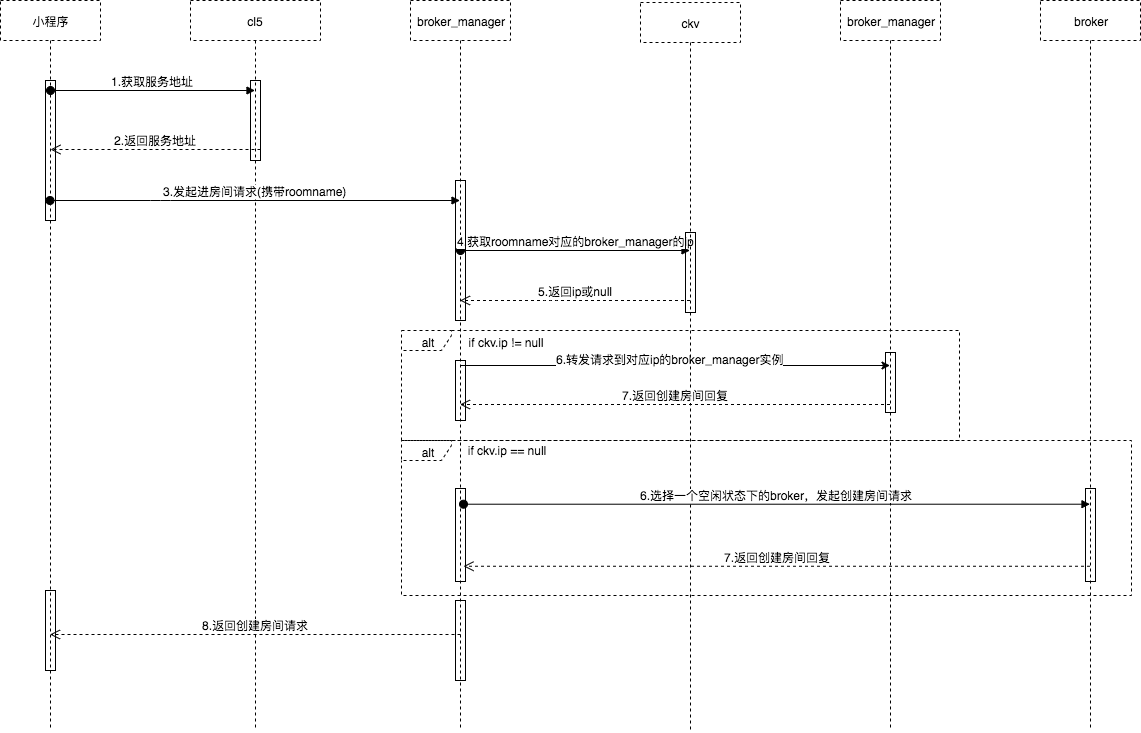
The draw.io diagram 信令uml时序图.png in HDX180/hello_world, before a commit. Source tidied: cells renumbered, new cells last; positions are measured from the earlier drawing's top-left corner, leaving out a move shared by most shapes. Its diagram source:
```xml
<mxGraphModel>
  <root>
    <mxCell id="0" />
    <mxCell id="1" parent="0" />
    <mxCell id="2" value="小程序" style="shape=umlLifeline;perimeter=lifelinePerimeter;whiteSpace=wrap;html=1;outlineConnect=0;dashed=1;fillColor=none;" parent="1" vertex="1">
      <mxGeometry width="100" height="730" as="geometry" />
    </mxCell>
    <mxCell id="3" style="html=1;perimeter=orthogonalPerimeter;fillColor=none;" parent="2" vertex="1">
      <mxGeometry x="45" y="80" width="10" height="140" as="geometry" />
    </mxCell>
    <mxCell id="4" style="html=1;perimeter=orthogonalPerimeter;fillColor=none;" parent="2" vertex="1">
      <mxGeometry x="45" y="590" width="10" height="80" as="geometry" />
    </mxCell>
    <mxCell id="5" style="edgeStyle=orthogonalEdgeStyle;rounded=0;jettySize=auto;html=1;" parent="1" edge="1" source="7" target="19">
      <mxGeometry relative="1" as="geometry" />
    </mxCell>
    <mxCell id="6" value="6.转发请求到对应ip的broker_manager实例" style="text;html=1;align=center;verticalAlign=bottom;labelBackgroundColor=#ffffff;" parent="5" vertex="1">
      <mxGeometry x="-0.03" y="-2" relative="1" as="geometry" />
    </mxCell>
    <mxCell id="7" value="broker_manager" style="shape=umlLifeline;perimeter=lifelinePerimeter;whiteSpace=wrap;html=1;outlineConnect=0;dashed=1;fillColor=none;" parent="1" vertex="1">
      <mxGeometry x="410" width="100" height="730" as="geometry" />
    </mxCell>
    <mxCell id="8" value="4.获取roomname对应的broker_manager的ip" style="html=1;verticalAlign=bottom;startArrow=oval;startFill=1;endArrow=block;startSize=8;" parent="7" edge="1" target="11">
      <mxGeometry relative="1" as="geometry">
        <mxPoint x="50" y="250" as="sourcePoint" />
      </mxGeometry>
    </mxCell>
    <mxCell id="9" style="html=1;perimeter=orthogonalPerimeter;fillColor=none;" parent="7" vertex="1">
      <mxGeometry x="45" y="180" width="10" height="140" as="geometry" />
    </mxCell>
    <mxCell id="10" style="html=1;perimeter=orthogonalPerimeter;fillColor=none;" parent="7" vertex="1">
      <mxGeometry x="45" y="600" width="10" height="80" as="geometry" />
    </mxCell>
    <mxCell id="11" value="ckv" style="shape=umlLifeline;perimeter=lifelinePerimeter;whiteSpace=wrap;html=1;outlineConnect=0;dashed=1;fillColor=none;" parent="1" vertex="1">
      <mxGeometry x="640" y="2" width="100" height="730" as="geometry" />
    </mxCell>
    <mxCell id="12" style="html=1;perimeter=orthogonalPerimeter;fillColor=none;" parent="11" vertex="1">
      <mxGeometry x="45" y="230" width="10" height="80" as="geometry" />
    </mxCell>
    <mxCell id="13" value="cl5" style="shape=umlLifeline;perimeter=lifelinePerimeter;whiteSpace=wrap;html=1;outlineConnect=0;dashed=1;fillColor=none;" parent="1" vertex="1">
      <mxGeometry x="190" width="130" height="730" as="geometry" />
    </mxCell>
    <mxCell id="14" style="html=1;perimeter=orthogonalPerimeter;fillColor=none;" parent="13" vertex="1">
      <mxGeometry x="60" y="80" width="10" height="80" as="geometry" />
    </mxCell>
    <mxCell id="15" value="1.获取服务地址" style="html=1;verticalAlign=bottom;startArrow=oval;startFill=1;endArrow=block;startSize=8;" parent="1" edge="1" target="13">
      <mxGeometry relative="1" as="geometry">
        <mxPoint x="50" y="90" as="sourcePoint" />
      </mxGeometry>
    </mxCell>
    <mxCell id="16" value="2.返回服务地址" style="html=1;verticalAlign=bottom;endArrow=open;dashed=1;endSize=8;" parent="1" edge="1">
      <mxGeometry relative="1" as="geometry">
        <mxPoint x="260" y="149" as="sourcePoint" />
        <mxPoint x="50" y="149" as="targetPoint" />
      </mxGeometry>
    </mxCell>
    <mxCell id="17" value="3.发起进房间请求(携带roomname)" style="html=1;verticalAlign=bottom;startArrow=oval;startFill=1;endArrow=block;startSize=8;" parent="1" edge="1" source="2" target="7">
      <mxGeometry relative="1" as="geometry">
        <Array as="points">
          <mxPoint x="160" y="200" />
        </Array>
      </mxGeometry>
    </mxCell>
    <mxCell id="18" value="5.返回ip或null" style="html=1;verticalAlign=bottom;endArrow=open;dashed=1;endSize=8;" parent="1" edge="1" source="11" target="7">
      <mxGeometry relative="1" as="geometry">
        <Array as="points">
          <mxPoint x="550" y="300" />
        </Array>
      </mxGeometry>
    </mxCell>
    <mxCell id="19" value="broker_manager" style="shape=umlLifeline;perimeter=lifelinePerimeter;whiteSpace=wrap;html=1;outlineConnect=0;dashed=1;fillColor=none;" parent="1" vertex="1">
      <mxGeometry x="840" width="100" height="730" as="geometry" />
    </mxCell>
    <mxCell id="20" value="broker" style="shape=umlLifeline;perimeter=lifelinePerimeter;whiteSpace=wrap;html=1;outlineConnect=0;dashed=1;fillColor=none;" parent="1" vertex="1">
      <mxGeometry x="1040" width="100" height="730" as="geometry" />
    </mxCell>
    <mxCell id="21" value="alt" style="shape=umlFrame;whiteSpace=wrap;html=1;dashed=1;fillColor=none;verticalAlign=bottom;width=50;height=20;" parent="1" vertex="1">
      <mxGeometry x="401" y="330" width="558" height="110" as="geometry" />
    </mxCell>
    <mxCell id="22" value="if ckv.ip != null" style="text;html=1;strokeColor=none;fillColor=none;align=center;verticalAlign=middle;whiteSpace=wrap;rounded=0;dashed=1;" parent="1" vertex="1">
      <mxGeometry x="450" y="332" width="110" height="20" as="geometry" />
    </mxCell>
    <mxCell id="23" value="7.返回创建房间回复" style="html=1;verticalAlign=bottom;endArrow=open;dashed=1;endSize=8;" parent="1" edge="1">
      <mxGeometry relative="1" as="geometry">
        <mxPoint x="889.5" y="404" as="sourcePoint" />
        <mxPoint x="459.5" y="404" as="targetPoint" />
      </mxGeometry>
    </mxCell>
    <mxCell id="24" value="if ckv.ip == null" style="text;html=1;strokeColor=none;fillColor=none;align=center;verticalAlign=middle;whiteSpace=wrap;rounded=0;dashed=1;" parent="1" vertex="1">
      <mxGeometry x="451" y="440" width="110" height="20" as="geometry" />
    </mxCell>
    <mxCell id="25" value="7.返回创建房间回复" style="html=1;verticalAlign=bottom;endArrow=open;dashed=1;endSize=8;entryX=0.53;entryY=0.775;entryDx=0;entryDy=0;entryPerimeter=0;" parent="1" edge="1" source="20" target="7">
      <mxGeometry relative="1" as="geometry" />
    </mxCell>
    <mxCell id="26" value="alt" style="shape=umlFrame;whiteSpace=wrap;html=1;dashed=1;fillColor=none;verticalAlign=bottom;width=50;height=20;" parent="1" vertex="1">
      <mxGeometry x="401" y="440" width="730" height="155" as="geometry" />
    </mxCell>
    <mxCell id="27" value="6.选择一个空闲状态下的broker，发起创建房间请求" style="html=1;verticalAlign=bottom;startArrow=oval;startFill=1;endArrow=block;startSize=8;exitX=0.53;exitY=0.727;exitDx=0;exitDy=0;exitPerimeter=0;" parent="1" edge="1">
      <mxGeometry relative="1" as="geometry">
        <mxPoint x="463" y="503.7" as="sourcePoint" />
        <mxPoint x="1089.5" y="503.7" as="targetPoint" />
      </mxGeometry>
    </mxCell>
    <mxCell id="28" value="8.返回创建房间请求" style="html=1;verticalAlign=bottom;endArrow=open;dashed=1;endSize=8;" parent="1" edge="1">
      <mxGeometry relative="1" as="geometry">
        <mxPoint x="460" y="634" as="sourcePoint" />
        <mxPoint x="49.5" y="634" as="targetPoint" />
      </mxGeometry>
    </mxCell>
    <mxCell id="29" style="html=1;points=[];perimeter=orthogonalPerimeter;fillColor=none;" parent="1" vertex="1">
      <mxGeometry x="455" y="360" width="10" height="60" as="geometry" />
    </mxCell>
    <mxCell id="30" style="html=1;perimeter=orthogonalPerimeter;fillColor=none;" parent="1" vertex="1">
      <mxGeometry x="885" y="352" width="10" height="60" as="geometry" />
    </mxCell>
    <mxCell id="31" style="html=1;perimeter=orthogonalPerimeter;fillColor=none;" parent="1" vertex="1">
      <mxGeometry x="455" y="488" width="10" height="93" as="geometry" />
    </mxCell>
    <mxCell id="32" style="html=1;points=[];perimeter=orthogonalPerimeter;fillColor=none;" parent="1" vertex="1">
      <mxGeometry x="1085" y="488" width="10" height="93" as="geometry" />
    </mxCell>
  </root>
</mxGraphModel>
```
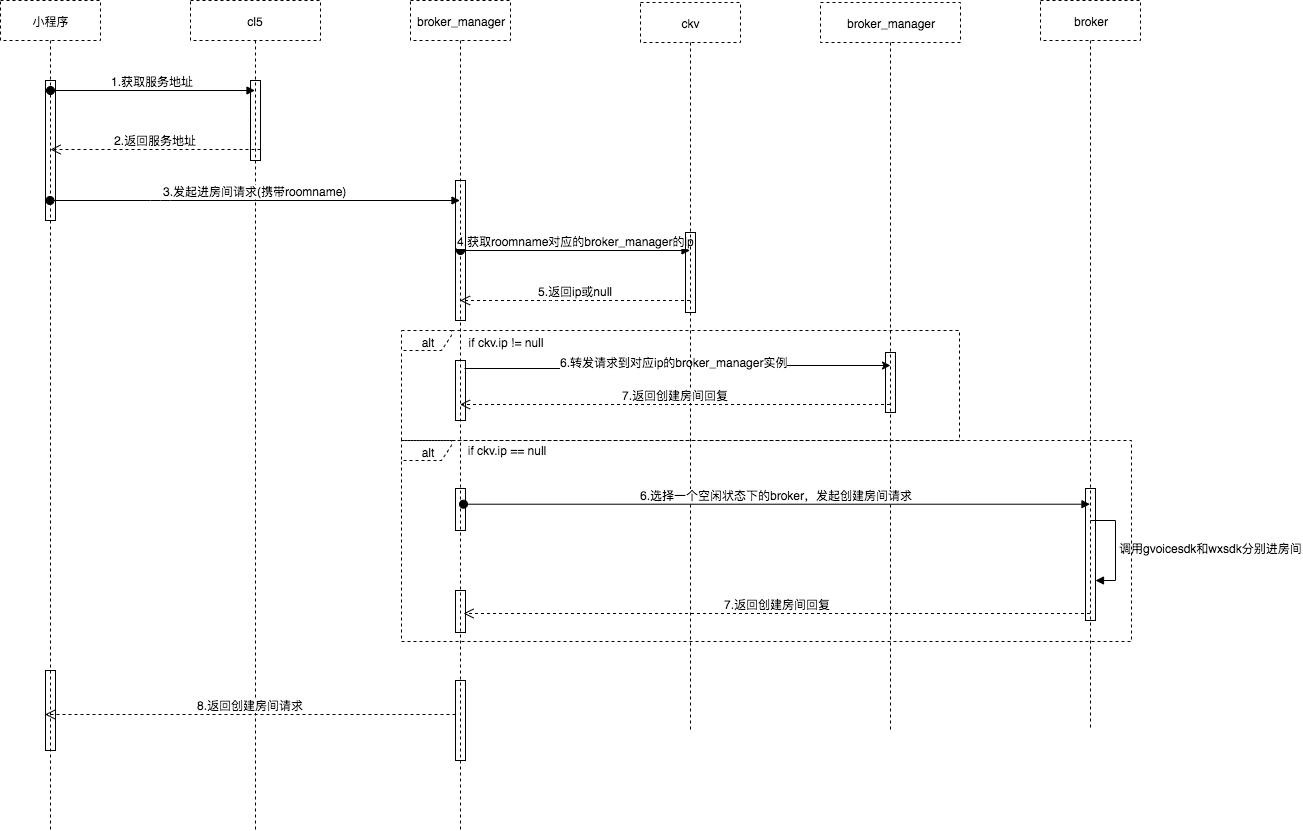
Later version of the same file.

Commit message:
Added 信令uml时序图.png

Diff of the diagram source:
```diff
@@ -3,22 +3,24 @@
     <mxCell id="0" />
     <mxCell id="1" parent="0" />
     <mxCell id="2" value="小程序" style="shape=umlLifeline;perimeter=lifelinePerimeter;whiteSpace=wrap;html=1;outlineConnect=0;dashed=1;fillColor=none;" parent="1" vertex="1">
-      <mxGeometry width="100" height="730" as="geometry" />
+      <mxGeometry width="100" height="830" as="geometry" />
     </mxCell>
     <mxCell id="3" style="html=1;perimeter=orthogonalPerimeter;fillColor=none;" parent="2" vertex="1">
       <mxGeometry x="45" y="80" width="10" height="140" as="geometry" />
     </mxCell>
     <mxCell id="4" style="html=1;perimeter=orthogonalPerimeter;fillColor=none;" parent="2" vertex="1">
-      <mxGeometry x="45" y="590" width="10" height="80" as="geometry" />
+      <mxGeometry x="45" y="670" width="10" height="80" as="geometry" />
     </mxCell>
-    <mxCell id="5" style="edgeStyle=orthogonalEdgeStyle;rounded=0;jettySize=auto;html=1;" parent="1" edge="1" source="7" target="19">
-      <mxGeometry relative="1" as="geometry" />
+    <mxCell id="5" style="edgeStyle=orthogonalEdgeStyle;rounded=0;jettySize=auto;html=1;exitX=0.9;exitY=0.133;exitDx=0;exitDy=0;exitPerimeter=0;" parent="1" edge="1" source="29">
+      <mxGeometry relative="1" as="geometry">
+        <mxPoint x="890" y="365" as="targetPoint" />
+      </mxGeometry>
     </mxCell>
     <mxCell id="6" value="6.转发请求到对应ip的broker_manager实例" style="text;html=1;align=center;verticalAlign=bottom;labelBackgroundColor=#ffffff;" parent="5" vertex="1">
       <mxGeometry x="-0.03" y="-2" relative="1" as="geometry" />
     </mxCell>
     <mxCell id="7" value="broker_manager" style="shape=umlLifeline;perimeter=lifelinePerimeter;whiteSpace=wrap;html=1;outlineConnect=0;dashed=1;fillColor=none;" parent="1" vertex="1">
-      <mxGeometry x="410" width="100" height="730" as="geometry" />
+      <mxGeometry x="410" width="100" height="830" as="geometry" />
     </mxCell>
     <mxCell id="8" value="4.获取roomname对应的broker_manager的ip" style="html=1;verticalAlign=bottom;startArrow=oval;startFill=1;endArrow=block;startSize=8;" parent="7" edge="1" target="11">
       <mxGeometry relative="1" as="geometry">
@@ -29,8 +31,17 @@
       <mxGeometry x="45" y="180" width="10" height="140" as="geometry" />
     </mxCell>
     <mxCell id="10" style="html=1;perimeter=orthogonalPerimeter;fillColor=none;" parent="7" vertex="1">
-      <mxGeometry x="45" y="600" width="10" height="80" as="geometry" />
+      <mxGeometry x="45" y="680" width="10" height="80" as="geometry" />
     </mxCell>
+    <mxCell id="25" value="7.返回创建房间回复" style="html=1;verticalAlign=bottom;endArrow=open;dashed=1;endSize=8;entryX=0.53;entryY=0.775;entryDx=0;entryDy=0;entryPerimeter=0;" parent="7" edge="1">
+      <mxGeometry relative="1" as="geometry">
+        <mxPoint x="679.5" y="613" as="sourcePoint" />
+        <mxPoint x="53" y="613" as="targetPoint" />
+      </mxGeometry>
+    </mxCell>
+    <mxCell id="33" style="html=1;perimeter=orthogonalPerimeter;fillColor=none;" parent="7" vertex="1">
+      <mxGeometry x="45" y="590" width="10" height="42" as="geometry" />
+    </mxCell>
     <mxCell id="11" value="ckv" style="shape=umlLifeline;perimeter=lifelinePerimeter;whiteSpace=wrap;html=1;outlineConnect=0;dashed=1;fillColor=none;" parent="1" vertex="1">
       <mxGeometry x="640" y="2" width="100" height="730" as="geometry" />
     </mxCell>
@@ -38,7 +49,7 @@
       <mxGeometry x="45" y="230" width="10" height="80" as="geometry" />
     </mxCell>
     <mxCell id="13" value="cl5" style="shape=umlLifeline;perimeter=lifelinePerimeter;whiteSpace=wrap;html=1;outlineConnect=0;dashed=1;fillColor=none;" parent="1" vertex="1">
-      <mxGeometry x="190" width="130" height="730" as="geometry" />
+      <mxGeometry x="190" width="130" height="830" as="geometry" />
     </mxCell>
     <mxCell id="14" style="html=1;perimeter=orthogonalPerimeter;fillColor=none;" parent="13" vertex="1">
       <mxGeometry x="60" y="80" width="10" height="80" as="geometry" />
@@ -69,7 +80,7 @@
       </mxGeometry>
     </mxCell>
     <mxCell id="19" value="broker_manager" style="shape=umlLifeline;perimeter=lifelinePerimeter;whiteSpace=wrap;html=1;outlineConnect=0;dashed=1;fillColor=none;" parent="1" vertex="1">
-      <mxGeometry x="840" width="100" height="730" as="geometry" />
+      <mxGeometry x="820" y="2" width="140" height="730" as="geometry" />
     </mxCell>
     <mxCell id="20" value="broker" style="shape=umlLifeline;perimeter=lifelinePerimeter;whiteSpace=wrap;html=1;outlineConnect=0;dashed=1;fillColor=none;" parent="1" vertex="1">
       <mxGeometry x="1040" width="100" height="730" as="geometry" />
@@ -89,12 +100,6 @@
     <mxCell id="24" value="if ckv.ip == null" style="text;html=1;strokeColor=none;fillColor=none;align=center;verticalAlign=middle;whiteSpace=wrap;rounded=0;dashed=1;" parent="1" vertex="1">
       <mxGeometry x="451" y="440" width="110" height="20" as="geometry" />
     </mxCell>
-    <mxCell id="25" value="7.返回创建房间回复" style="html=1;verticalAlign=bottom;endArrow=open;dashed=1;endSize=8;entryX=0.53;entryY=0.775;entryDx=0;entryDy=0;entryPerimeter=0;" parent="1" edge="1" source="20" target="7">
-      <mxGeometry relative="1" as="geometry" />
-    </mxCell>
-    <mxCell id="26" value="alt" style="shape=umlFrame;whiteSpace=wrap;html=1;dashed=1;fillColor=none;verticalAlign=bottom;width=50;height=20;" parent="1" vertex="1">
-      <mxGeometry x="401" y="440" width="730" height="155" as="geometry" />
-    </mxCell>
     <mxCell id="27" value="6.选择一个空闲状态下的broker，发起创建房间请求" style="html=1;verticalAlign=bottom;startArrow=oval;startFill=1;endArrow=block;startSize=8;exitX=0.53;exitY=0.727;exitDx=0;exitDy=0;exitPerimeter=0;" parent="1" edge="1">
       <mxGeometry relative="1" as="geometry">
         <mxPoint x="463" y="503.7" as="sourcePoint" />
@@ -103,8 +108,8 @@
     </mxCell>
     <mxCell id="28" value="8.返回创建房间请求" style="html=1;verticalAlign=bottom;endArrow=open;dashed=1;endSize=8;" parent="1" edge="1">
       <mxGeometry relative="1" as="geometry">
-        <mxPoint x="460" y="634" as="sourcePoint" />
-        <mxPoint x="49.5" y="634" as="targetPoint" />
+        <mxPoint x="455" y="714" as="sourcePoint" />
+        <mxPoint x="44.5" y="714" as="targetPoint" />
       </mxGeometry>
     </mxCell>
     <mxCell id="29" style="html=1;points=[];perimeter=orthogonalPerimeter;fillColor=none;" parent="1" vertex="1">
@@ -114,10 +119,22 @@
       <mxGeometry x="885" y="352" width="10" height="60" as="geometry" />
     </mxCell>
     <mxCell id="31" style="html=1;perimeter=orthogonalPerimeter;fillColor=none;" parent="1" vertex="1">
-      <mxGeometry x="455" y="488" width="10" height="93" as="geometry" />
+      <mxGeometry x="455" y="488" width="10" height="42" as="geometry" />
     </mxCell>
     <mxCell id="32" style="html=1;points=[];perimeter=orthogonalPerimeter;fillColor=none;" parent="1" vertex="1">
-      <mxGeometry x="1085" y="488" width="10" height="93" as="geometry" />
+      <mxGeometry x="1085" y="488" width="10" height="132" as="geometry" />
     </mxCell>
+    <mxCell id="34" value="调用gvoicesdk和wxsdk分别进房间" style="edgeStyle=orthogonalEdgeStyle;html=1;align=left;spacingLeft=2;endArrow=block;rounded=0;" parent="1" edge="1" target="32">
+      <mxGeometry relative="1" as="geometry">
+        <mxPoint x="1090" y="520" as="sourcePoint" />
+        <Array as="points">
+          <mxPoint x="1115" y="520" />
+          <mxPoint x="1115" y="580" />
+        </Array>
+      </mxGeometry>
+    </mxCell>
+    <mxCell id="26" value="alt" style="shape=umlFrame;whiteSpace=wrap;html=1;dashed=1;fillColor=none;verticalAlign=bottom;width=50;height=20;" parent="1" vertex="1">
+      <mxGeometry x="401" y="440" width="730" height="201" as="geometry" />
+    </mxCell>
   </root>
 </mxGraphModel>
```
